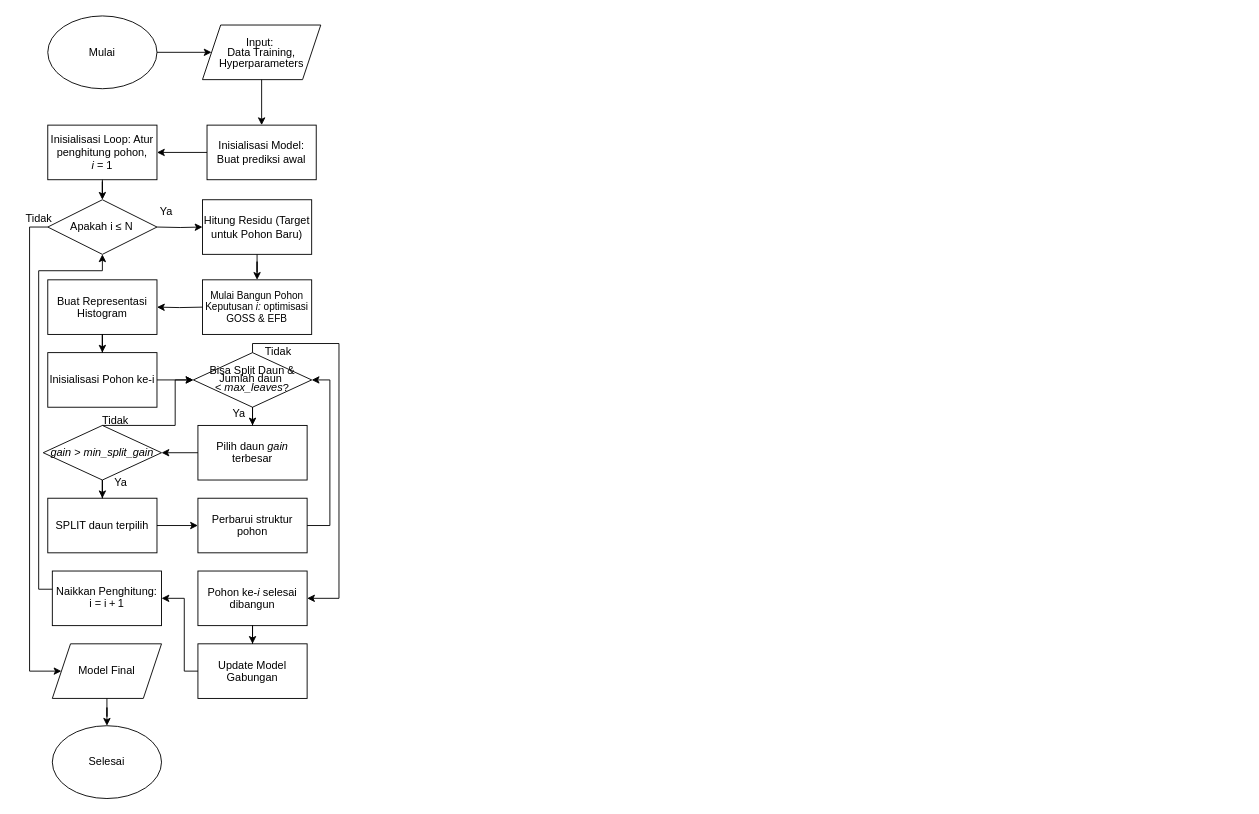
Above: diagrams/Flowchart LGBM 2 .drawio in fadhilra101/skripsi (draw.io), before the change. Source tidied: cells renumbered, new cells numbered last; positions are measured from the earlier drawing's top-left corner, leaving out a move shared by most shapes. Both pictures are drawn from the tidied source at 91%, with x=0, y=0 at pixel (15, 15).
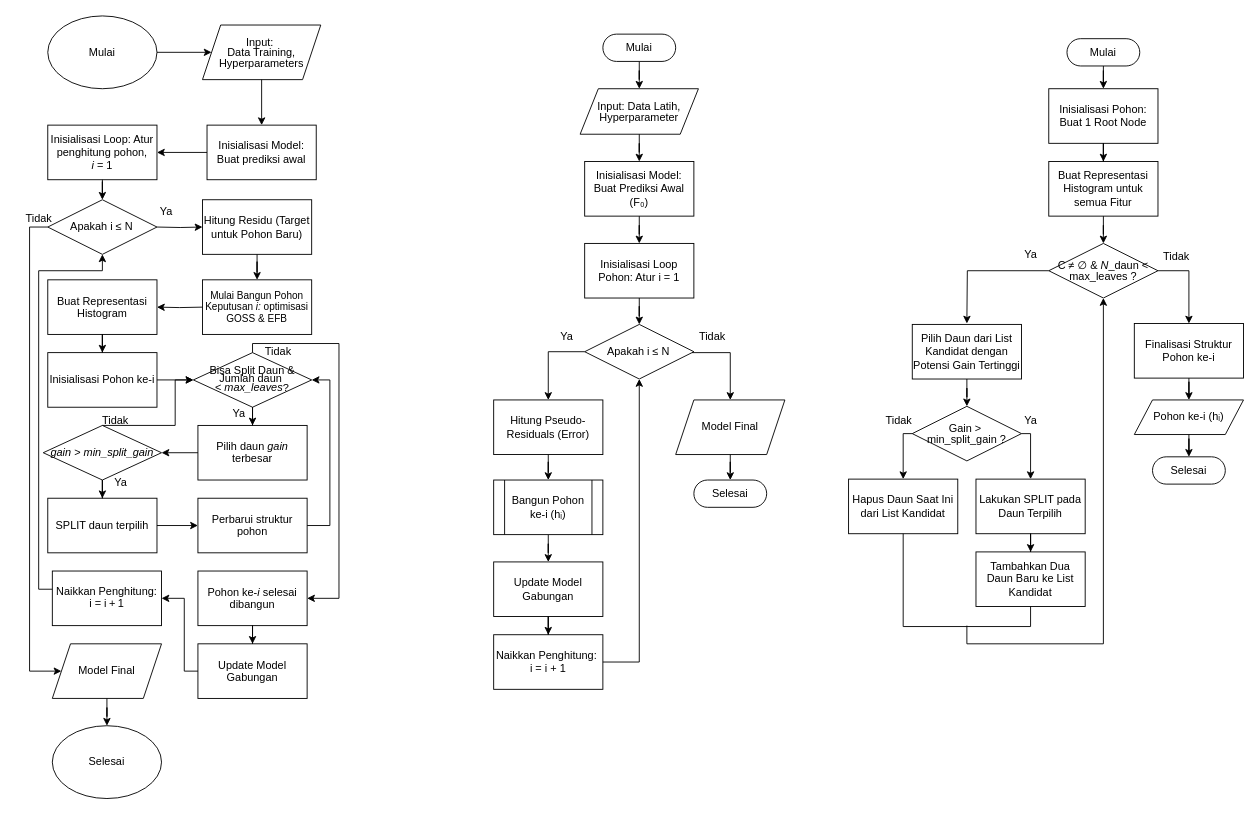
Above is the later version.

The edit, as a diff of the source:
```diff
@@
+    <mxCell id="48" style="edgeStyle=orthogonalEdgeStyle;rounded=0;jettySize=auto;html=1;" parent="1" edge="1" source="49" target="51">
+      <mxGeometry relative="1" as="geometry" />
+    </mxCell>
+    <mxCell id="49" value="Mulai" style="html=1;dashed=0;whiteSpace=wrap;shape=mxgraph.dfd.start;" parent="1" vertex="1">
+      <mxGeometry x="645" y="20" width="80" height="30" as="geometry" />
+    </mxCell>
+    <mxCell id="50" style="edgeStyle=orthogonalEdgeStyle;rounded=0;jettySize=auto;html=1;" parent="1" edge="1" source="51" target="53">
+      <mxGeometry relative="1" as="geometry" />
+    </mxCell>
+    <mxCell id="51" value="&lt;div style=&quot;line-height: 100%;&quot;&gt;Input: Data Latih, Hyperparameter&lt;/div&gt;" style="shape=parallelogram;perimeter=parallelogramPerimeter;whiteSpace=wrap;html=1;fixedSize=1;strokeColor=default;align=center;verticalAlign=middle;fontFamily=Helvetica;fontSize=12;fontColor=default;fillColor=none;" parent="1" vertex="1">
+      <mxGeometry x="620" y="80" width="130" height="50" as="geometry" />
+    </mxCell>
+    <mxCell id="52" style="edgeStyle=orthogonalEdgeStyle;rounded=0;jettySize=auto;html=1;" parent="1" edge="1" source="53" target="55">
+      <mxGeometry relative="1" as="geometry" />
+    </mxCell>
+    <mxCell id="53" value="Inisialisasi Model: Buat Prediksi Awal (F₀)" style="rounded=0;whiteSpace=wrap;html=1;strokeColor=default;align=center;verticalAlign=middle;fontFamily=Helvetica;fontSize=12;fontColor=default;fillColor=none;" parent="1" vertex="1">
+      <mxGeometry x="625" y="160" width="120" height="60" as="geometry" />
+    </mxCell>
+    <mxCell id="54" style="edgeStyle=orthogonalEdgeStyle;rounded=0;jettySize=auto;html=1;" parent="1" edge="1" source="55" target="58">
+      <mxGeometry relative="1" as="geometry" />
+    </mxCell>
+    <mxCell id="55" value="Inisialisasi Loop Pohon: Atur i = 1" style="rounded=0;whiteSpace=wrap;html=1;strokeColor=default;align=center;verticalAlign=middle;fontFamily=Helvetica;fontSize=12;fontColor=default;fillColor=none;" parent="1" vertex="1">
+      <mxGeometry x="625" y="250" width="120" height="60" as="geometry" />
+    </mxCell>
+    <mxCell id="56" style="edgeStyle=orthogonalEdgeStyle;rounded=0;jettySize=auto;html=1;entryX=0.5;entryY=0;entryDx=0;entryDy=0;" parent="1" edge="1" source="58" target="60">
+      <mxGeometry relative="1" as="geometry">
+        <Array as="points">
+          <mxPoint x="585" y="369" />
+        </Array>
+      </mxGeometry>
+    </mxCell>
+    <mxCell id="57" style="edgeStyle=orthogonalEdgeStyle;rounded=0;jettySize=auto;html=1;entryX=0.5;entryY=0;entryDx=0;entryDy=0;" parent="1" edge="1" source="58" target="68">
+      <mxGeometry relative="1" as="geometry">
+        <Array as="points">
+          <mxPoint x="785" y="370" />
+        </Array>
+      </mxGeometry>
+    </mxCell>
+    <mxCell id="58" value="Apakah &lt;span class=&quot;katex&quot;&gt;&lt;span aria-hidden=&quot;true&quot; class=&quot;katex-html&quot;&gt;&lt;span class=&quot;base&quot;&gt;&lt;span style=&quot;height: 0.7955em; vertical-align: -0.136em;&quot; class=&quot;strut&quot;&gt;&lt;/span&gt;&lt;span class=&quot;mord mathnormal&quot;&gt;i&lt;/span&gt;&lt;span style=&quot;margin-right: 0.2778em;&quot; class=&quot;mspace&quot;&gt;&lt;/span&gt;&lt;span class=&quot;mrel&quot;&gt;≤&lt;/span&gt;&lt;span style=&quot;margin-right: 0.2778em;&quot; class=&quot;mspace&quot;&gt;&lt;/span&gt;&lt;/span&gt;&lt;span class=&quot;base&quot;&gt;&lt;span style=&quot;height: 0.6833em;&quot; class=&quot;strut&quot;&gt;&lt;/span&gt;&lt;span style=&quot;margin-right: 0.109em;&quot; class=&quot;mord mathnormal&quot;&gt;N&lt;/span&gt;&lt;/span&gt;&lt;/span&gt;&lt;/span&gt;" style="rhombus;whiteSpace=wrap;html=1;fillColor=none;" parent="1" vertex="1">
+      <mxGeometry x="625" y="339" width="120" height="60" as="geometry" />
+    </mxCell>
+    <mxCell id="59" style="edgeStyle=orthogonalEdgeStyle;rounded=0;jettySize=auto;html=1;" parent="1" edge="1" source="60" target="62">
+      <mxGeometry relative="1" as="geometry" />
+    </mxCell>
+    <mxCell id="60" value="Hitung Pseudo-Residuals (Error)" style="rounded=0;whiteSpace=wrap;html=1;strokeColor=default;align=center;verticalAlign=middle;fontFamily=Helvetica;fontSize=12;fontColor=default;fillColor=none;" parent="1" vertex="1">
+      <mxGeometry x="525" y="422" width="120" height="60" as="geometry" />
+    </mxCell>
+    <mxCell id="61" style="edgeStyle=orthogonalEdgeStyle;rounded=0;jettySize=auto;html=1;" parent="1" edge="1" source="62" target="64">
+      <mxGeometry relative="1" as="geometry" />
+    </mxCell>
+    <mxCell id="62" value="Bangun Pohon ke-i (hᵢ)" style="shape=process;whiteSpace=wrap;html=1;backgroundOutline=1;" parent="1" vertex="1">
+      <mxGeometry x="525" y="510" width="120" height="60" as="geometry" />
+    </mxCell>
+    <mxCell id="63" style="edgeStyle=orthogonalEdgeStyle;rounded=0;jettySize=auto;html=1;" parent="1" edge="1" source="64" target="66">
+      <mxGeometry relative="1" as="geometry" />
+    </mxCell>
+    <mxCell id="64" value="Update Model Gabungan" style="rounded=0;whiteSpace=wrap;html=1;strokeColor=default;align=center;verticalAlign=middle;fontFamily=Helvetica;fontSize=12;fontColor=default;fillColor=none;" parent="1" vertex="1">
+      <mxGeometry x="525" y="600" width="120" height="60" as="geometry" />
+    </mxCell>
+    <mxCell id="65" style="edgeStyle=orthogonalEdgeStyle;rounded=0;jettySize=auto;html=1;entryX=0.5;entryY=1;entryDx=0;entryDy=0;" parent="1" edge="1" source="66" target="58">
+      <mxGeometry relative="1" as="geometry">
+        <Array as="points">
+          <mxPoint x="685" y="710" />
+        </Array>
+      </mxGeometry>
+    </mxCell>
+    <mxCell id="66" value="Naikkan Penghitung:&amp;nbsp;&lt;div&gt;i = i + 1&lt;/div&gt;" style="rounded=0;whiteSpace=wrap;html=1;strokeColor=default;align=center;verticalAlign=middle;fontFamily=Helvetica;fontSize=12;fontColor=default;fillColor=none;" parent="1" vertex="1">
+      <mxGeometry x="525" y="680" width="120" height="60" as="geometry" />
+    </mxCell>
+    <mxCell id="67" style="edgeStyle=orthogonalEdgeStyle;rounded=0;jettySize=auto;html=1;" parent="1" edge="1" source="68" target="69">
+      <mxGeometry relative="1" as="geometry" />
+    </mxCell>
+    <mxCell id="68" value="Model Final" style="shape=parallelogram;perimeter=parallelogramPerimeter;whiteSpace=wrap;html=1;fixedSize=1;strokeColor=default;align=center;verticalAlign=middle;fontFamily=Helvetica;fontSize=12;fontColor=default;fillColor=none;" parent="1" vertex="1">
+      <mxGeometry x="725" y="422" width="120" height="60" as="geometry" />
+    </mxCell>
+    <mxCell id="69" value="Selesai" style="html=1;dashed=0;whiteSpace=wrap;shape=mxgraph.dfd.start;" parent="1" vertex="1">
+      <mxGeometry x="745" y="510" width="80" height="30" as="geometry" />
+    </mxCell>
+    <mxCell id="70" value="Ya" style="text;html=1;align=center;verticalAlign=middle;strokeColor=none;fillColor=none;" parent="1" vertex="1">
+      <mxGeometry x="585" y="338" width="40" height="30" as="geometry" />
+    </mxCell>
+    <mxCell id="71" value="Tidak" style="text;html=1;align=center;verticalAlign=middle;strokeColor=none;fillColor=none;" parent="1" vertex="1">
+      <mxGeometry x="740" y="338" width="50" height="30" as="geometry" />
+    </mxCell>
+    <mxCell id="72" style="edgeStyle=orthogonalEdgeStyle;rounded=0;jettySize=auto;html=1;" parent="1" edge="1" source="73" target="75">
+      <mxGeometry relative="1" as="geometry" />
+    </mxCell>
+    <mxCell id="73" value="Mulai" style="html=1;dashed=0;whiteSpace=wrap;shape=mxgraph.dfd.start;" parent="1" vertex="1">
+      <mxGeometry x="1155" y="25" width="80" height="30" as="geometry" />
+    </mxCell>
+    <mxCell id="74" style="edgeStyle=orthogonalEdgeStyle;rounded=0;jettySize=auto;html=1;" parent="1" edge="1" source="75" target="77">
+      <mxGeometry relative="1" as="geometry" />
+    </mxCell>
+    <mxCell id="75" value="Inisialisasi Pohon: Buat 1 Root Node" style="rounded=0;whiteSpace=wrap;html=1;strokeColor=default;align=center;verticalAlign=middle;fontFamily=Helvetica;fontSize=12;fontColor=default;fillColor=none;" parent="1" vertex="1">
+      <mxGeometry x="1135" y="80" width="120" height="60" as="geometry" />
+    </mxCell>
+    <mxCell id="76" style="edgeStyle=orthogonalEdgeStyle;rounded=0;jettySize=auto;html=1;" parent="1" edge="1" source="77" target="81">
+      <mxGeometry relative="1" as="geometry" />
+    </mxCell>
+    <mxCell id="77" value="Buat Representasi Histogram untuk semua Fitur" style="rounded=0;whiteSpace=wrap;html=1;strokeColor=default;align=center;verticalAlign=middle;fontFamily=Helvetica;fontSize=12;fontColor=default;fillColor=none;" parent="1" vertex="1">
+      <mxGeometry x="1135" y="160" width="120" height="60" as="geometry" />
+    </mxCell>
+    <mxCell id="78" style="edgeStyle=orthogonalEdgeStyle;rounded=0;jettySize=auto;html=1;entryX=0.5;entryY=0;entryDx=0;entryDy=0;" parent="1" edge="1" source="81">
+      <mxGeometry relative="1" as="geometry">
+        <mxPoint x="1045" y="338" as="targetPoint" />
+      </mxGeometry>
+    </mxCell>
+    <mxCell id="79" style="edgeStyle=orthogonalEdgeStyle;rounded=0;jettySize=auto;html=1;entryX=0.5;entryY=0;entryDx=0;entryDy=0;" parent="1" edge="1" source="81" target="93">
+      <mxGeometry relative="1" as="geometry">
+        <Array as="points">
+          <mxPoint x="1289" y="280" />
+        </Array>
+      </mxGeometry>
+    </mxCell>
+    <mxCell id="80" style="edgeStyle=orthogonalEdgeStyle;rounded=0;jettySize=auto;html=1;" parent="1" edge="1" target="81">
+      <mxGeometry relative="1" as="geometry">
+        <mxPoint x="1045" y="670" as="sourcePoint" />
+        <Array as="points">
+          <mxPoint x="1045" y="690" />
+          <mxPoint x="1195" y="690" />
+        </Array>
+      </mxGeometry>
+    </mxCell>
+    <mxCell id="81" value="&lt;div style=&quot;line-height: 100%;&quot;&gt;C ≠ ∅ &amp;amp; &lt;i&gt;N&lt;/i&gt;_daun &amp;lt; max_leaves ?&lt;/div&gt;" style="rhombus;whiteSpace=wrap;html=1;fillColor=none;" parent="1" vertex="1">
+      <mxGeometry x="1135" y="250" width="120" height="60" as="geometry" />
+    </mxCell>
+    <mxCell id="82" style="edgeStyle=orthogonalEdgeStyle;rounded=0;jettySize=auto;html=1;entryX=0.5;entryY=0;entryDx=0;entryDy=0;" parent="1" edge="1" source="83" target="86">
+      <mxGeometry relative="1" as="geometry" />
+    </mxCell>
+    <mxCell id="83" value=" Pilih Daun dari List Kandidat dengan Potensi Gain Tertinggi" style="rounded=0;whiteSpace=wrap;html=1;strokeColor=default;align=center;verticalAlign=middle;fontFamily=Helvetica;fontSize=12;fontColor=default;fillColor=none;" parent="1" vertex="1">
+      <mxGeometry x="985" y="339" width="120" height="60" as="geometry" />
+    </mxCell>
+    <mxCell id="84" style="edgeStyle=orthogonalEdgeStyle;rounded=0;jettySize=auto;html=1;entryX=0.5;entryY=0;entryDx=0;entryDy=0;" parent="1" edge="1" source="86" target="91">
+      <mxGeometry relative="1" as="geometry">
+        <Array as="points">
+          <mxPoint x="975" y="459" />
+        </Array>
+      </mxGeometry>
+    </mxCell>
+    <mxCell id="85" style="edgeStyle=orthogonalEdgeStyle;rounded=0;jettySize=auto;html=1;entryX=0.5;entryY=0;entryDx=0;entryDy=0;" parent="1" edge="1" source="86" target="88">
+      <mxGeometry relative="1" as="geometry">
+        <Array as="points">
+          <mxPoint x="1115" y="459" />
+        </Array>
+      </mxGeometry>
+    </mxCell>
+    <mxCell id="86" value="&lt;div style=&quot;line-height: 100%;&quot;&gt;Gain &amp;gt;&amp;nbsp;&lt;/div&gt;&lt;div style=&quot;line-height: 100%;&quot;&gt;min_split_gain ?&lt;/div&gt;" style="rhombus;whiteSpace=wrap;html=1;fillColor=none;" parent="1" vertex="1">
+      <mxGeometry x="985" y="429" width="120" height="60" as="geometry" />
+    </mxCell>
+    <mxCell id="87" style="edgeStyle=orthogonalEdgeStyle;rounded=0;jettySize=auto;html=1;" parent="1" edge="1" source="88" target="89">
+      <mxGeometry relative="1" as="geometry" />
+    </mxCell>
+    <mxCell id="88" value=" Lakukan SPLIT pada Daun Terpilih" style="rounded=0;whiteSpace=wrap;html=1;strokeColor=default;align=center;verticalAlign=middle;fontFamily=Helvetica;fontSize=12;fontColor=default;fillColor=none;" parent="1" vertex="1">
+      <mxGeometry x="1055" y="509" width="120" height="60" as="geometry" />
+    </mxCell>
+    <mxCell id="89" value=" Tambahkan Dua Daun Baru ke List Kandidat" style="rounded=0;whiteSpace=wrap;html=1;strokeColor=default;align=center;verticalAlign=middle;fontFamily=Helvetica;fontSize=12;fontColor=default;fillColor=none;" parent="1" vertex="1">
+      <mxGeometry x="1055" y="589" width="120" height="60" as="geometry" />
+    </mxCell>
+    <mxCell id="90" style="edgeStyle=orthogonalEdgeStyle;rounded=0;jettySize=auto;html=1;entryX=0.5;entryY=1;entryDx=0;entryDy=0;endArrow=none;startFill=0;" parent="1" edge="1" source="91" target="89">
+      <mxGeometry relative="1" as="geometry">
+        <Array as="points">
+          <mxPoint x="975" y="671" />
+          <mxPoint x="1115" y="671" />
+        </Array>
+      </mxGeometry>
+    </mxCell>
+    <mxCell id="91" value=" Hapus Daun Saat Ini dari List Kandidat" style="rounded=0;whiteSpace=wrap;html=1;strokeColor=default;align=center;verticalAlign=middle;fontFamily=Helvetica;fontSize=12;fontColor=default;fillColor=none;" parent="1" vertex="1">
+      <mxGeometry x="915" y="509" width="120" height="60" as="geometry" />
+    </mxCell>
+    <mxCell id="92" style="edgeStyle=orthogonalEdgeStyle;rounded=0;jettySize=auto;html=1;" parent="1" edge="1" source="93" target="95">
+      <mxGeometry relative="1" as="geometry" />
+    </mxCell>
+    <mxCell id="93" value=" Finalisasi Struktur Pohon ke-i" style="rounded=0;whiteSpace=wrap;html=1;strokeColor=default;align=center;verticalAlign=middle;fontFamily=Helvetica;fontSize=12;fontColor=default;fillColor=none;" parent="1" vertex="1">
+      <mxGeometry x="1229" y="338" width="120" height="60" as="geometry" />
+    </mxCell>
+    <mxCell id="94" style="edgeStyle=orthogonalEdgeStyle;rounded=0;jettySize=auto;html=1;" parent="1" edge="1" source="95" target="96">
+      <mxGeometry relative="1" as="geometry" />
+    </mxCell>
+    <mxCell id="95" value="Pohon ke-i (hᵢ)" style="shape=parallelogram;perimeter=parallelogramPerimeter;whiteSpace=wrap;html=1;fixedSize=1;strokeColor=default;align=center;verticalAlign=middle;fontFamily=Helvetica;fontSize=12;fontColor=default;fillColor=none;" parent="1" vertex="1">
+      <mxGeometry x="1229" y="422" width="120" height="38" as="geometry" />
+    </mxCell>
+    <mxCell id="96" value="Selesai" style="html=1;dashed=0;whiteSpace=wrap;shape=mxgraph.dfd.start;" parent="1" vertex="1">
+      <mxGeometry x="1249" y="484.5" width="80" height="30" as="geometry" />
+    </mxCell>
+    <mxCell id="97" value="Ya" style="text;html=1;align=center;verticalAlign=middle;strokeColor=none;fillColor=none;" parent="1" vertex="1">
+      <mxGeometry x="1095" y="248" width="40" height="30" as="geometry" />
+    </mxCell>
+    <mxCell id="98" value="Tidak" style="text;html=1;align=center;verticalAlign=middle;strokeColor=none;fillColor=none;" parent="1" vertex="1">
+      <mxGeometry x="1250" y="250" width="50" height="30" as="geometry" />
+    </mxCell>
+    <mxCell id="99" value="Ya" style="text;html=1;align=center;verticalAlign=middle;strokeColor=none;fillColor=none;" parent="1" vertex="1">
+      <mxGeometry x="1095" y="430" width="40" height="30" as="geometry" />
+    </mxCell>
+    <mxCell id="100" value="Tidak" style="text;html=1;align=center;verticalAlign=middle;strokeColor=none;fillColor=none;" parent="1" vertex="1">
+      <mxGeometry x="945" y="430" width="50" height="30" as="geometry" />
+    </mxCell>
```
